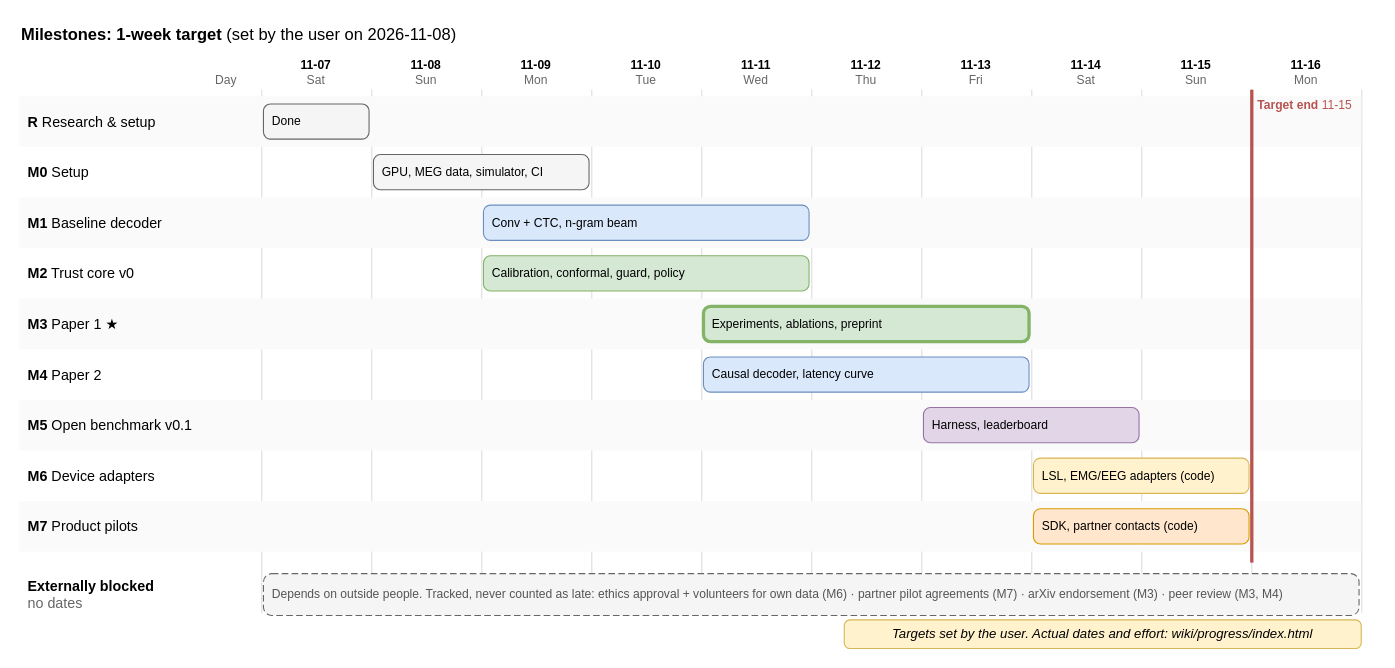
This is wiki/diagrams/09-milestones.drawio from zhangzibo/fidetype, a draw.io file, before an edit. Source tidied: cells renumbered, new cells numbered last; positions are measured from the earlier drawing's top-left corner, leaving out a move shared by most shapes. Both pictures are drawn from the tidied source at 110%, with x=0, y=0 at pixel (19, 19).
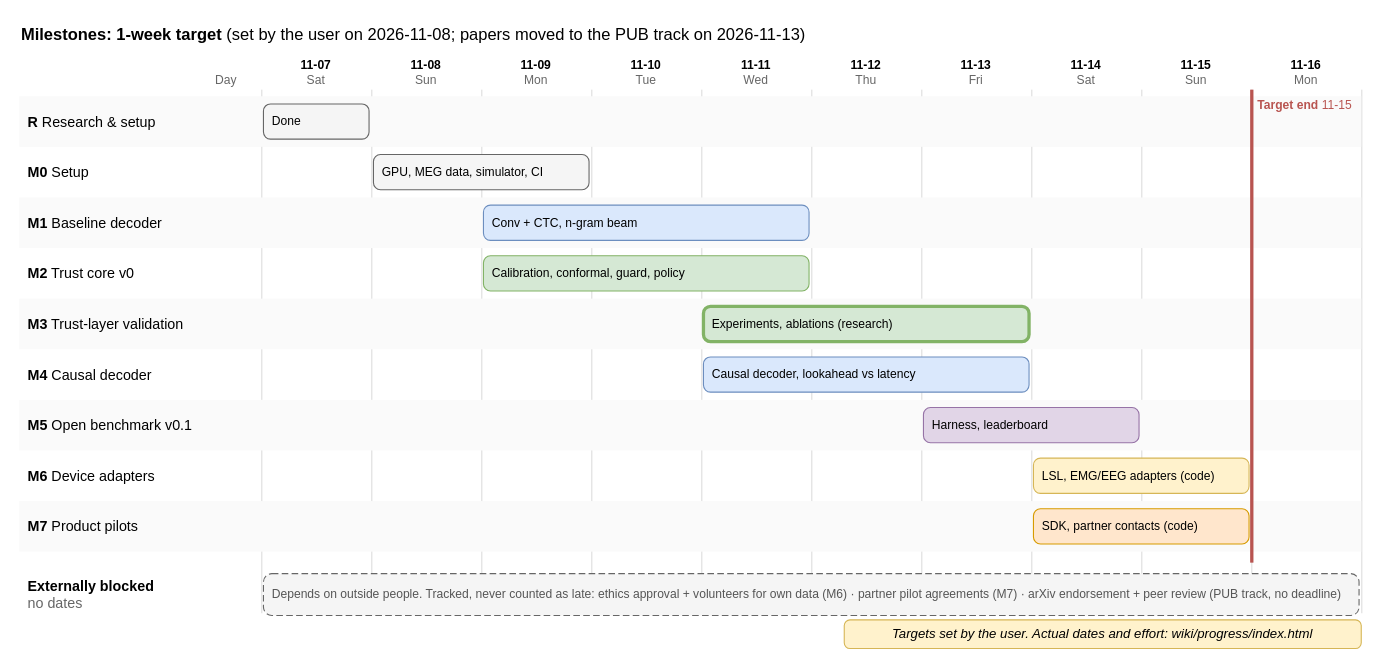
The same diagram, later.

The edit, as a diff of the source:
```diff
@@
-    <mxCell id="2" value="&lt;b&gt;Milestones: 1-week target&lt;/b&gt; (set by the user on 2026-11-08)" style="text;html=1;whiteSpace=wrap;fillColor=none;strokeColor=none;fontSize=15;align=left;verticalAlign=middle;" parent="1" vertex="1">
+    <mxCell id="2" value="&lt;b&gt;Milestones: 1-week target&lt;/b&gt; (set by the user on 2026-11-08; papers moved to the PUB track on 2026-11-13)" style="text;html=1;whiteSpace=wrap;fillColor=none;strokeColor=none;fontSize=15;align=left;verticalAlign=middle;" parent="1" vertex="1">
       <mxGeometry width="800" height="26" as="geometry" />
     </mxCell>
@@
-    <mxCell id="36" value="&lt;b&gt;M3&lt;/b&gt;  Paper 1  ★" style="text;html=1;whiteSpace=wrap;fillColor=none;strokeColor=none;fontSize=13;align=left;verticalAlign=middle;spacingLeft=6;" parent="1" vertex="1">
+    <mxCell id="36" value="&lt;b&gt;M3&lt;/b&gt;  Trust-layer validation" style="text;html=1;whiteSpace=wrap;fillColor=none;strokeColor=none;fontSize=13;align=left;verticalAlign=middle;spacingLeft=6;" parent="1" vertex="1">
       <mxGeometry y="254" width="200" height="46" as="geometry" />
     </mxCell>
-    <mxCell id="37" value="Experiments, ablations, preprint" style="rounded=1;whiteSpace=wrap;html=1;fontSize=11;arcSize=20;fillColor=#d5e8d4;strokeColor=#82b366;align=left;spacingLeft=6;strokeWidth=3;" parent="1" vertex="1">
+    <mxCell id="37" value="Experiments, ablations (research)" style="rounded=1;whiteSpace=wrap;html=1;fontSize=11;arcSize=20;fillColor=#d5e8d4;strokeColor=#82b366;align=left;spacingLeft=6;strokeWidth=3;" parent="1" vertex="1">
       <mxGeometry x="622" y="261" width="296" height="32" as="geometry" />
     </mxCell>
-    <mxCell id="38" value="&lt;b&gt;M4&lt;/b&gt;  Paper 2" style="text;html=1;whiteSpace=wrap;fillColor=none;strokeColor=none;fontSize=13;align=left;verticalAlign=middle;spacingLeft=6;" parent="1" vertex="1">
+    <mxCell id="38" value="&lt;b&gt;M4&lt;/b&gt;  Causal decoder" style="text;html=1;whiteSpace=wrap;fillColor=none;strokeColor=none;fontSize=13;align=left;verticalAlign=middle;spacingLeft=6;" parent="1" vertex="1">
       <mxGeometry y="300" width="200" height="46" as="geometry" />
     </mxCell>
-    <mxCell id="39" value="Causal decoder, latency curve" style="rounded=1;whiteSpace=wrap;html=1;fontSize=11;arcSize=20;fillColor=#dae8fc;strokeColor=#6c8ebf;align=left;spacingLeft=6;" parent="1" vertex="1">
+    <mxCell id="39" value="Causal decoder, lookahead vs latency" style="rounded=1;whiteSpace=wrap;html=1;fontSize=11;arcSize=20;fillColor=#dae8fc;strokeColor=#6c8ebf;align=left;spacingLeft=6;" parent="1" vertex="1">
       <mxGeometry x="622" y="307" width="296" height="32" as="geometry" />
     </mxCell>
@@
-    <mxCell id="49" value="Depends on outside people. Tracked, never counted as late: ethics approval + volunteers for own data (M6) · partner pilot agreements (M7) · arXiv endorsement (M3) · peer review (M3, M4)" style="rounded=1;whiteSpace=wrap;html=1;fontSize=11;arcSize=20;fillColor=#f5f5f5;strokeColor=#666666;align=left;spacingLeft=6;dashed=1;dashPattern=6 3;fontColor=#555555;" parent="1" vertex="1">
+    <mxCell id="49" value="Depends on outside people. Tracked, never counted as late: ethics approval + volunteers for own data (M6) · partner pilot agreements (M7) · arXiv endorsement + peer review (PUB track, no deadline)" style="rounded=1;whiteSpace=wrap;html=1;fontSize=11;arcSize=20;fillColor=#f5f5f5;strokeColor=#666666;align=left;spacingLeft=6;dashed=1;dashPattern=6 3;fontColor=#555555;" parent="1" vertex="1">
       <mxGeometry x="222" y="504" width="996" height="38" as="geometry" />
     </mxCell>
```
